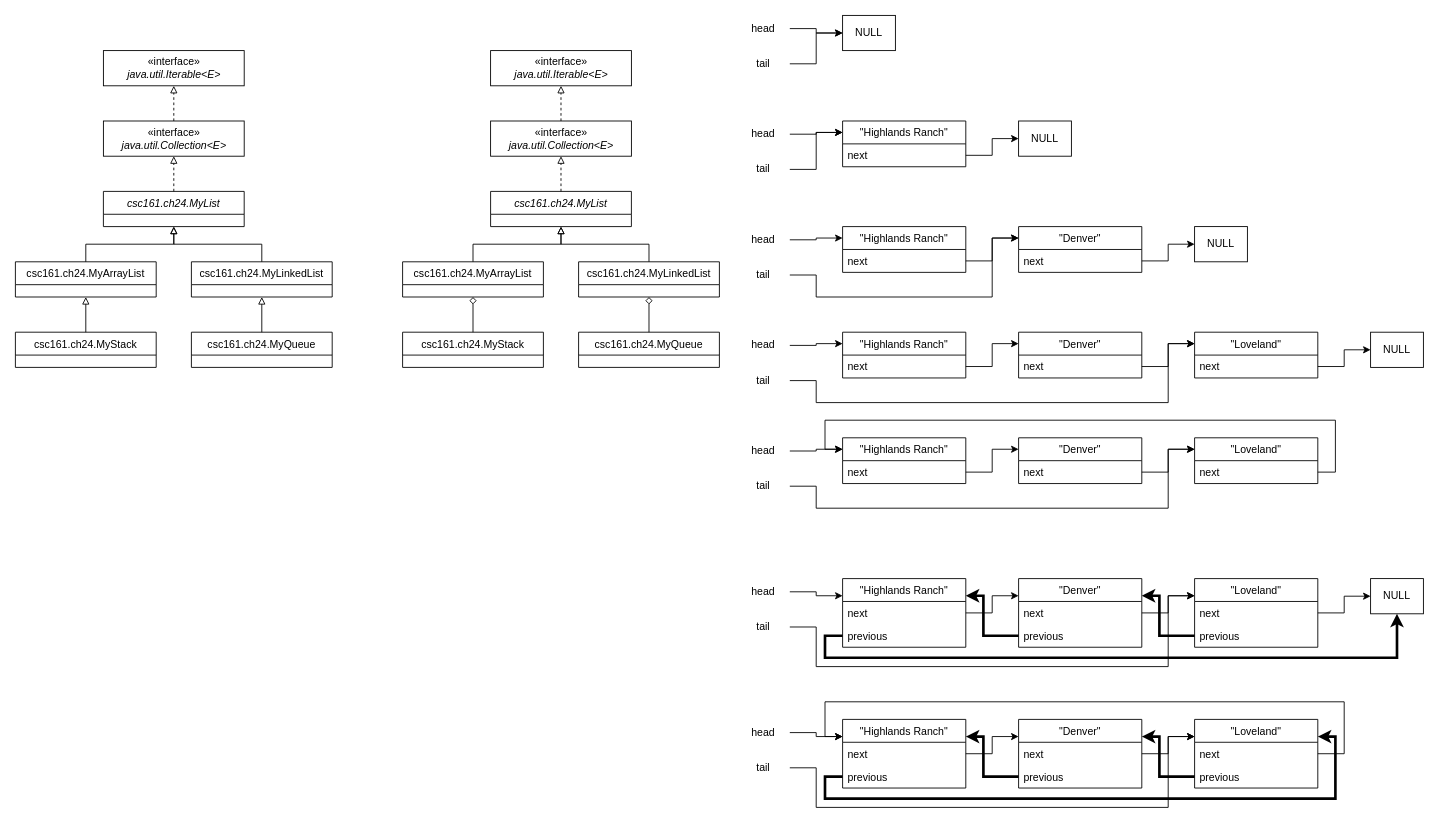
Before: CSC/161/ch24_uml.drawio in PatrickMcDougle/ACC, a draw.io diagram. Source tidied: cells renumbered, new cells numbered last; positions are measured from the earlier drawing's top-left corner, leaving out a move shared by most shapes. Both pictures are drawn from the tidied source at 88%, with x=0, y=0 at pixel (15, 15).
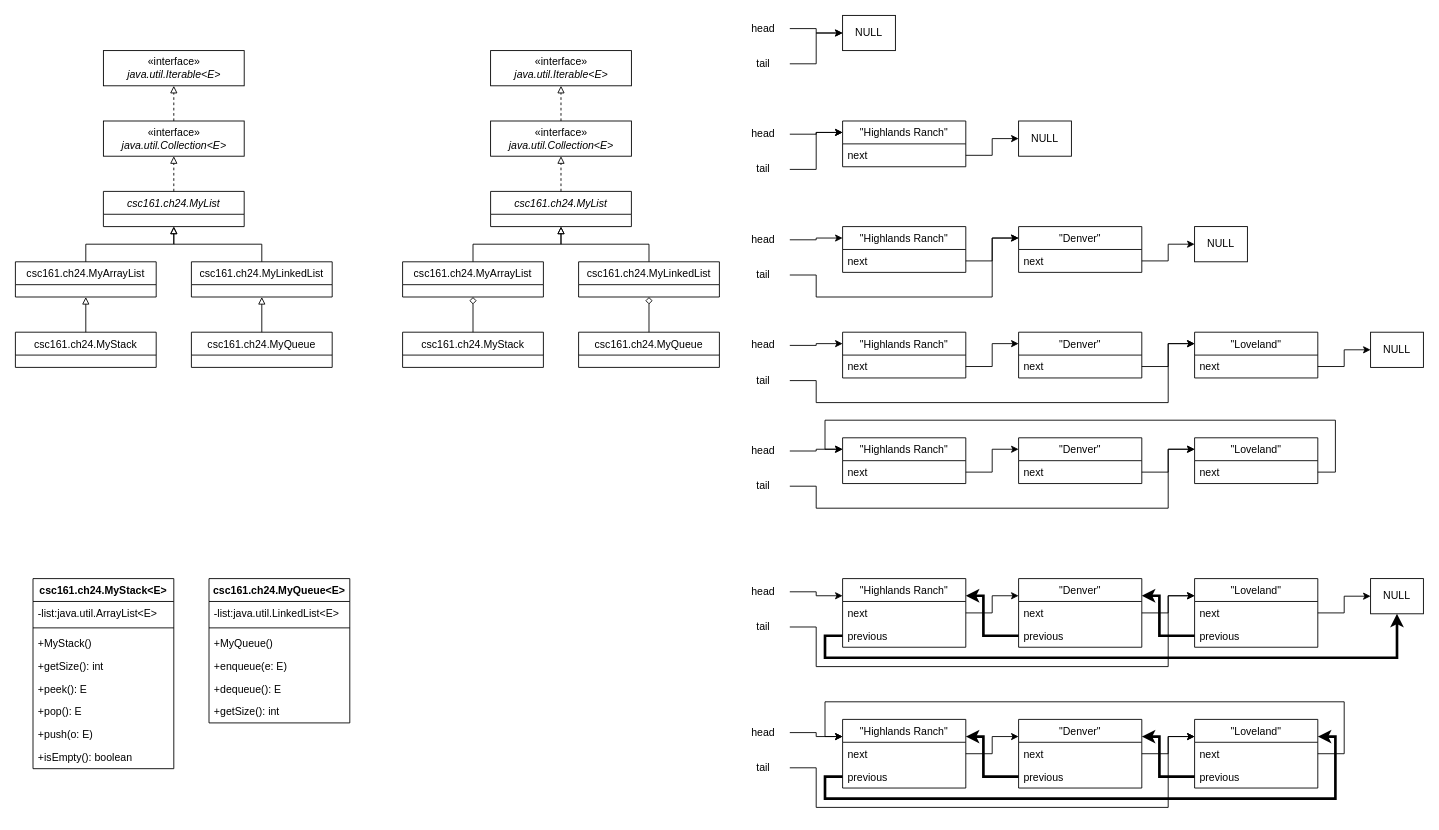
After the change.

Diff of the diagram source:
```diff
@@
+    <mxCell id="118" value="csc161.ch24.MyStack&lt;E&gt;" style="swimlane;fontStyle=1;align=center;verticalAlign=top;horizontal=1;startSize=26;" parent="1" vertex="1">
+      <mxGeometry x="20" y="640" width="160" height="216" as="geometry" />
+    </mxCell>
+    <mxCell id="119" value="-list:java.util.ArrayList&lt;E&gt;" style="text;strokeColor=none;fillColor=none;align=left;verticalAlign=top;spacingLeft=4;spacingRight=4;overflow=hidden;" parent="118" vertex="1">
+      <mxGeometry y="26" width="160" height="26" as="geometry" />
+    </mxCell>
+    <mxCell id="120" style="line;strokeWidth=1;fillColor=none;align=left;verticalAlign=middle;spacingTop=-1;spacingLeft=3;spacingRight=3;labelPosition=right;" parent="118" vertex="1">
+      <mxGeometry y="52" width="160" height="8" as="geometry" />
+    </mxCell>
+    <mxCell id="121" value="+MyStack()" style="text;strokeColor=none;fillColor=none;align=left;verticalAlign=top;spacingLeft=4;spacingRight=4;overflow=hidden;" parent="118" vertex="1">
+      <mxGeometry y="60" width="160" height="26" as="geometry" />
+    </mxCell>
+    <mxCell id="122" value="+getSize(): int" style="text;strokeColor=none;fillColor=none;align=left;verticalAlign=top;spacingLeft=4;spacingRight=4;overflow=hidden;" parent="118" vertex="1">
+      <mxGeometry y="86" width="160" height="26" as="geometry" />
+    </mxCell>
+    <mxCell id="123" value="+peek(): E" style="text;strokeColor=none;fillColor=none;align=left;verticalAlign=top;spacingLeft=4;spacingRight=4;overflow=hidden;" parent="118" vertex="1">
+      <mxGeometry y="112" width="160" height="26" as="geometry" />
+    </mxCell>
+    <mxCell id="124" value="+pop(): E" style="text;strokeColor=none;fillColor=none;align=left;verticalAlign=top;spacingLeft=4;spacingRight=4;overflow=hidden;" parent="118" vertex="1">
+      <mxGeometry y="138" width="160" height="26" as="geometry" />
+    </mxCell>
+    <mxCell id="125" value="+push(o: E)" style="text;strokeColor=none;fillColor=none;align=left;verticalAlign=top;spacingLeft=4;spacingRight=4;overflow=hidden;" parent="118" vertex="1">
+      <mxGeometry y="164" width="160" height="26" as="geometry" />
+    </mxCell>
+    <mxCell id="126" value="+isEmpty(): boolean" style="text;strokeColor=none;fillColor=none;align=left;verticalAlign=top;spacingLeft=4;spacingRight=4;overflow=hidden;" parent="118" vertex="1">
+      <mxGeometry y="190" width="160" height="26" as="geometry" />
+    </mxCell>
+    <mxCell id="127" value="csc161.ch24.MyQueue&lt;E&gt;" style="swimlane;fontStyle=1;align=center;verticalAlign=top;horizontal=1;startSize=26;" parent="1" vertex="1">
+      <mxGeometry x="220" y="640" width="160" height="164" as="geometry" />
+    </mxCell>
+    <mxCell id="128" value="-list:java.util.LinkedList&lt;E&gt;" style="text;strokeColor=none;fillColor=none;align=left;verticalAlign=top;spacingLeft=4;spacingRight=4;overflow=hidden;" parent="127" vertex="1">
+      <mxGeometry y="26" width="160" height="26" as="geometry" />
+    </mxCell>
+    <mxCell id="129" style="line;strokeWidth=1;fillColor=none;align=left;verticalAlign=middle;spacingTop=-1;spacingLeft=3;spacingRight=3;labelPosition=right;" parent="127" vertex="1">
+      <mxGeometry y="52" width="160" height="8" as="geometry" />
+    </mxCell>
+    <mxCell id="130" value="+MyQueue()" style="text;strokeColor=none;fillColor=none;align=left;verticalAlign=top;spacingLeft=4;spacingRight=4;overflow=hidden;" parent="127" vertex="1">
+      <mxGeometry y="60" width="160" height="26" as="geometry" />
+    </mxCell>
+    <mxCell id="131" value="+enqueue(e: E)" style="text;strokeColor=none;fillColor=none;align=left;verticalAlign=top;spacingLeft=4;spacingRight=4;overflow=hidden;" parent="127" vertex="1">
+      <mxGeometry y="86" width="160" height="26" as="geometry" />
+    </mxCell>
+    <mxCell id="132" value="+dequeue(): E" style="text;strokeColor=none;fillColor=none;align=left;verticalAlign=top;spacingLeft=4;spacingRight=4;overflow=hidden;" parent="127" vertex="1">
+      <mxGeometry y="112" width="160" height="26" as="geometry" />
+    </mxCell>
+    <mxCell id="133" value="+getSize(): int" style="text;strokeColor=none;fillColor=none;align=left;verticalAlign=top;spacingLeft=4;spacingRight=4;overflow=hidden;" parent="127" vertex="1">
+      <mxGeometry y="138" width="160" height="26" as="geometry" />
+    </mxCell>
```
